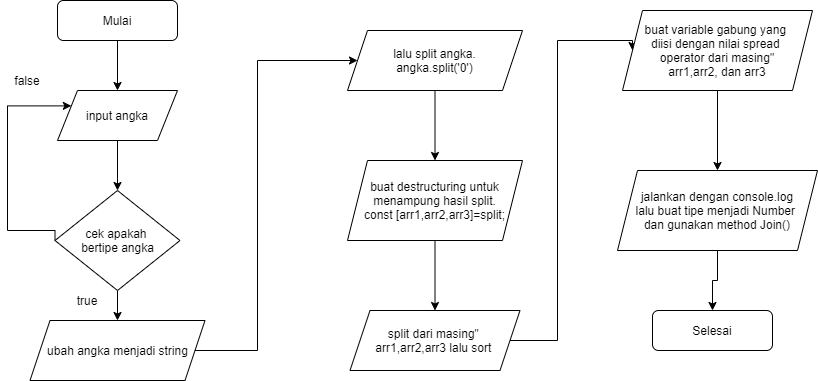
Earlier version of the draw.io export implement_Program/divide and Sort FlowChart.png (dicky08/Tugas-Implement-Program). Source tidied: cells renumbered, new cells last; positions are measured from the earlier drawing's top-left corner, leaving out a move shared by most shapes.
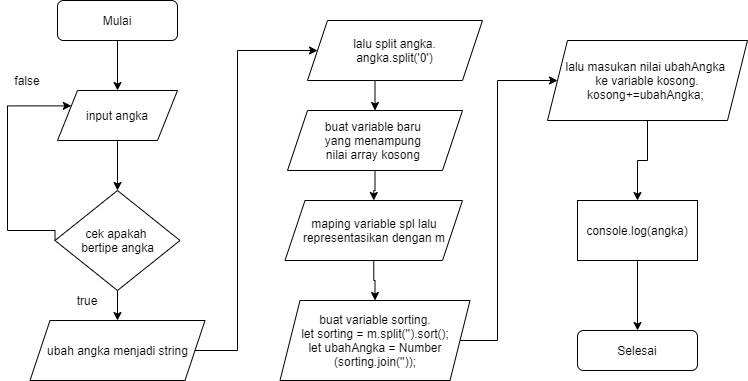
After the change.

Diff of the diagram source:
```diff
@@ -9,7 +9,7 @@
       <mxGeometry x="50" width="120" height="40" as="geometry" />
     </mxCell>
     <mxCell id="4" value="Selesai" style="rounded=1;whiteSpace=wrap;html=1;" parent="1" vertex="1">
-      <mxGeometry x="645" y="310" width="120" height="40" as="geometry" />
+      <mxGeometry x="570" y="330" width="120" height="40" as="geometry" />
     </mxCell>
     <mxCell id="5" style="edgeStyle=orthogonalEdgeStyle;rounded=0;jettySize=auto;html=1;exitX=0.5;exitY=1;exitDx=0;exitDy=0;entryX=0.5;entryY=0;entryDx=0;entryDy=0;" parent="1" edge="1" source="6" target="9">
       <mxGeometry relative="1" as="geometry" />
@@ -35,8 +35,8 @@
     <mxCell id="10" style="edgeStyle=orthogonalEdgeStyle;rounded=0;jettySize=auto;html=1;exitX=1;exitY=0.5;exitDx=0;exitDy=0;entryX=0;entryY=0.5;entryDx=0;entryDy=0;" parent="1" edge="1" source="11" target="13">
       <mxGeometry relative="1" as="geometry">
         <Array as="points">
-          <mxPoint x="250" y="350" />
-          <mxPoint x="250" y="60" />
+          <mxPoint x="230" y="350" />
+          <mxPoint x="230" y="50" />
         </Array>
       </mxGeometry>
     </mxCell>
@@ -47,36 +47,36 @@
       <mxGeometry relative="1" as="geometry" />
     </mxCell>
     <mxCell id="13" value="lalu split angka.&lt;br&gt;angka.split('0')" style="shape=parallelogram;perimeter=parallelogramPerimeter;whiteSpace=wrap;html=1;fixedSize=1;" parent="1" vertex="1">
-      <mxGeometry x="340" y="30" width="175" height="60" as="geometry" />
+      <mxGeometry x="300" y="20" width="175" height="60" as="geometry" />
     </mxCell>
     <mxCell id="14" style="edgeStyle=orthogonalEdgeStyle;rounded=0;jettySize=auto;html=1;exitX=0.5;exitY=1;exitDx=0;exitDy=0;" parent="1" edge="1" source="15" target="17">
       <mxGeometry relative="1" as="geometry" />
     </mxCell>
-    <mxCell id="15" value="buat destructuring untuk menampung hasil split.&lt;br&gt;const [arr1,arr2,arr3]=split;" style="shape=parallelogram;perimeter=parallelogramPerimeter;whiteSpace=wrap;html=1;fixedSize=1;" parent="1" vertex="1">
-      <mxGeometry x="340" y="160" width="175" height="80" as="geometry" />
+    <mxCell id="15" value="buat variable baru &lt;br&gt;yang menampung &lt;br&gt;nilai&amp;nbsp;array kosong&amp;nbsp;" style="shape=parallelogram;perimeter=parallelogramPerimeter;whiteSpace=wrap;html=1;fixedSize=1;" parent="1" vertex="1">
+      <mxGeometry x="280" y="110" width="175" height="60" as="geometry" />
     </mxCell>
-    <mxCell id="16" style="edgeStyle=orthogonalEdgeStyle;rounded=0;jettySize=auto;html=1;exitX=1;exitY=0.5;exitDx=0;exitDy=0;entryX=0;entryY=0.5;entryDx=0;entryDy=0;" parent="1" edge="1" source="17" target="19">
-      <mxGeometry relative="1" as="geometry">
-        <Array as="points">
-          <mxPoint x="550" y="340" />
-          <mxPoint x="550" y="40" />
-        </Array>
-      </mxGeometry>
+    <mxCell id="16" style="edgeStyle=orthogonalEdgeStyle;rounded=0;jettySize=auto;html=1;exitX=0.5;exitY=1;exitDx=0;exitDy=0;entryX=0.5;entryY=0;entryDx=0;entryDy=0;" parent="1" edge="1" source="17" target="19">
+      <mxGeometry relative="1" as="geometry" />
     </mxCell>
-    <mxCell id="17" value="split dari masing&quot; &lt;br&gt;arr1,arr2,arr3 lalu sort&amp;nbsp;" style="shape=parallelogram;perimeter=parallelogramPerimeter;whiteSpace=wrap;html=1;fixedSize=1;" parent="1" vertex="1">
-      <mxGeometry x="342.5" y="310" width="170" height="60" as="geometry" />
+    <mxCell id="17" value="maping variable spl lalu&lt;br&gt;representasikan dengan m" style="shape=parallelogram;perimeter=parallelogramPerimeter;whiteSpace=wrap;html=1;fixedSize=1;" parent="1" vertex="1">
+      <mxGeometry x="277.5" y="200" width="177.5" height="60" as="geometry" />
     </mxCell>
-    <mxCell id="18" style="edgeStyle=orthogonalEdgeStyle;rounded=0;jettySize=auto;html=1;exitX=0.5;exitY=1;exitDx=0;exitDy=0;entryX=0.5;entryY=0;entryDx=0;entryDy=0;" parent="1" edge="1" source="19" target="21">
-      <mxGeometry relative="1" as="geometry" />
+    <mxCell id="18" style="edgeStyle=orthogonalEdgeStyle;rounded=0;jettySize=auto;html=1;exitX=1;exitY=0.5;exitDx=0;exitDy=0;entryX=0;entryY=0.5;entryDx=0;entryDy=0;" parent="1" edge="1" source="19" target="21">
+      <mxGeometry relative="1" as="geometry">
+        <Array as="points">
+          <mxPoint x="490" y="340" />
+          <mxPoint x="490" y="80" />
+        </Array>
+      </mxGeometry>
     </mxCell>
-    <mxCell id="19" value="buat variable gabung yang&amp;nbsp;&lt;br&gt;diisi dengan nilai spread&amp;nbsp;&lt;br&gt;operator dari masing&quot;&lt;br&gt;arr1,arr2, dan arr3" style="shape=parallelogram;perimeter=parallelogramPerimeter;whiteSpace=wrap;html=1;fixedSize=1;" parent="1" vertex="1">
-      <mxGeometry x="615" y="10" width="190" height="80" as="geometry" />
+    <mxCell id="19" value="buat variable sorting.&lt;br&gt;let sorting = m.split('').sort();&lt;br&gt;let ubahAngka = Number&lt;br&gt;(sorting.join(''));" style="shape=parallelogram;perimeter=parallelogramPerimeter;whiteSpace=wrap;html=1;fixedSize=1;" parent="1" vertex="1">
+      <mxGeometry x="272.5" y="300" width="190" height="80" as="geometry" />
     </mxCell>
-    <mxCell id="20" style="edgeStyle=orthogonalEdgeStyle;rounded=0;jettySize=auto;html=1;exitX=0.5;exitY=1;exitDx=0;exitDy=0;entryX=0.5;entryY=0;entryDx=0;entryDy=0;" parent="1" edge="1" source="21" target="4">
-      <mxGeometry relative="1" as="geometry" />
-    </mxCell>
+    <mxCell id="24" style="edgeStyle=orthogonalEdgeStyle;rounded=0;jettySize=auto;html=1;exitX=0.5;exitY=1;exitDx=0;exitDy=0;entryX=0.5;entryY=0;entryDx=0;entryDy=0;" parent="1" edge="1" source="21" target="26">
+      <mxGeometry relative="1" as="geometry" />
+    </mxCell>
-    <mxCell id="21" value="jalankan dengan console.log&lt;br&gt;lalu buat tipe menjadi Number &lt;br&gt;dan gunakan method Join()" style="shape=parallelogram;perimeter=parallelogramPerimeter;whiteSpace=wrap;html=1;fixedSize=1;" parent="1" vertex="1">
-      <mxGeometry x="610" y="170" width="200" height="80" as="geometry" />
+    <mxCell id="21" value="lalu masukan nilai ubahAngka&amp;nbsp;&lt;br&gt;ke variable kosong.&lt;br&gt;kosong+=ubahAngka;&amp;nbsp;" style="shape=parallelogram;perimeter=parallelogramPerimeter;whiteSpace=wrap;html=1;fixedSize=1;" parent="1" vertex="1">
+      <mxGeometry x="540" y="40" width="200" height="80" as="geometry" />
     </mxCell>
     <mxCell id="22" value="false" style="text;html=1;strokeColor=none;fillColor=none;align=center;verticalAlign=middle;whiteSpace=wrap;rounded=0;" parent="1" vertex="1">
       <mxGeometry y="70" width="40" height="20" as="geometry" />
@@ -84,5 +84,11 @@
     <mxCell id="23" value="true" style="text;html=1;strokeColor=none;fillColor=none;align=center;verticalAlign=middle;whiteSpace=wrap;rounded=0;" parent="1" vertex="1">
       <mxGeometry x="60" y="290" width="40" height="20" as="geometry" />
     </mxCell>
+    <mxCell id="25" style="edgeStyle=orthogonalEdgeStyle;rounded=0;jettySize=auto;html=1;exitX=0.5;exitY=1;exitDx=0;exitDy=0;entryX=0.5;entryY=0;entryDx=0;entryDy=0;" parent="1" edge="1" source="26" target="4">
+      <mxGeometry relative="1" as="geometry" />
+    </mxCell>
+    <mxCell id="26" value="console.log(angka)" style="rounded=0;whiteSpace=wrap;html=1;" parent="1" vertex="1">
+      <mxGeometry x="570" y="200" width="120" height="60" as="geometry" />
+    </mxCell>
   </root>
 </mxGraphModel>
```
